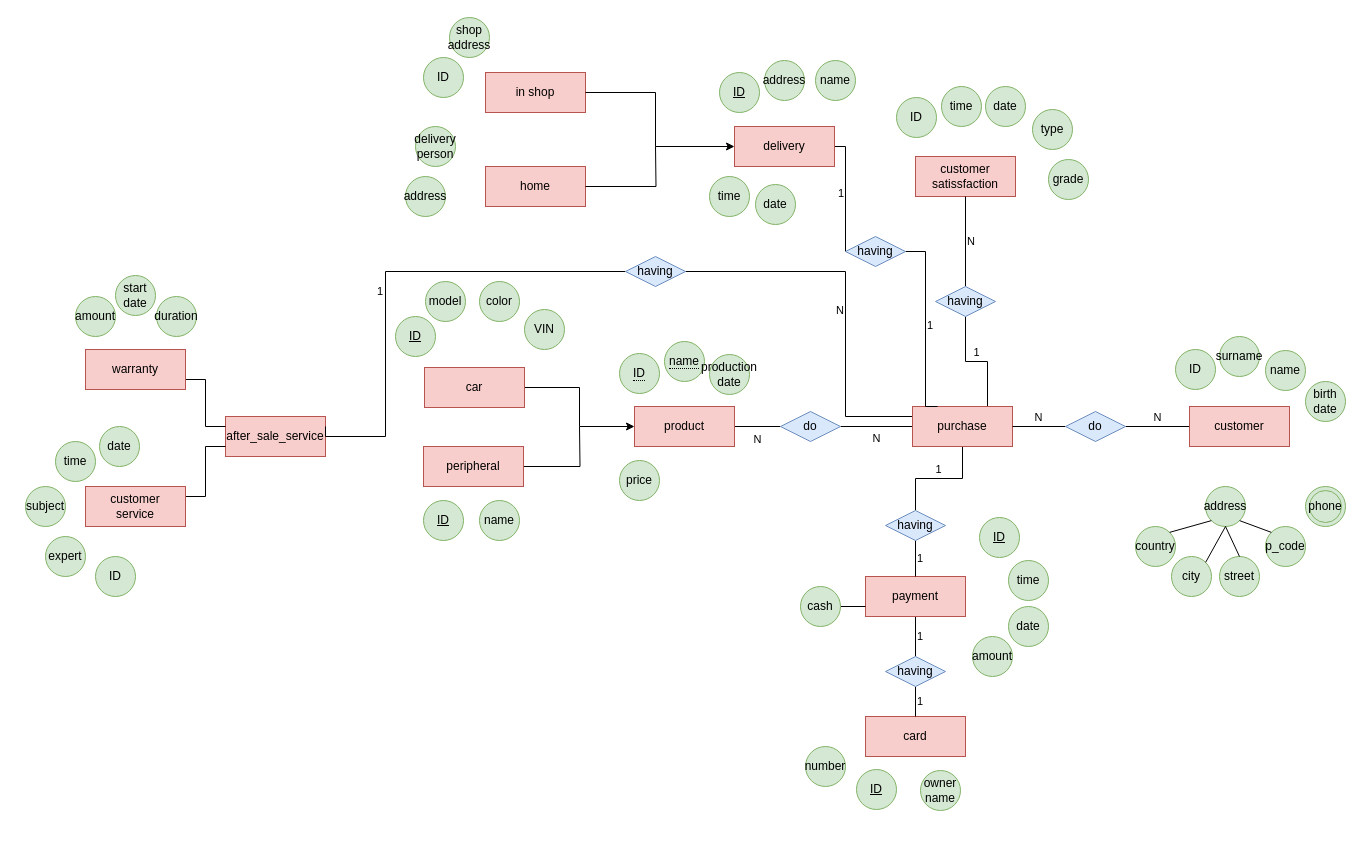
Earlier version of the draw.io diagram car_manufacturing1.drawio (mohsenshahii/database). Source tidied: cells renumbered, new cells numbered last; positions are measured from the earlier drawing's top-left corner, leaving out a move shared by most shapes. Both pictures are drawn from the tidied source at 100%, with x=0, y=0 at pixel (25, 17).
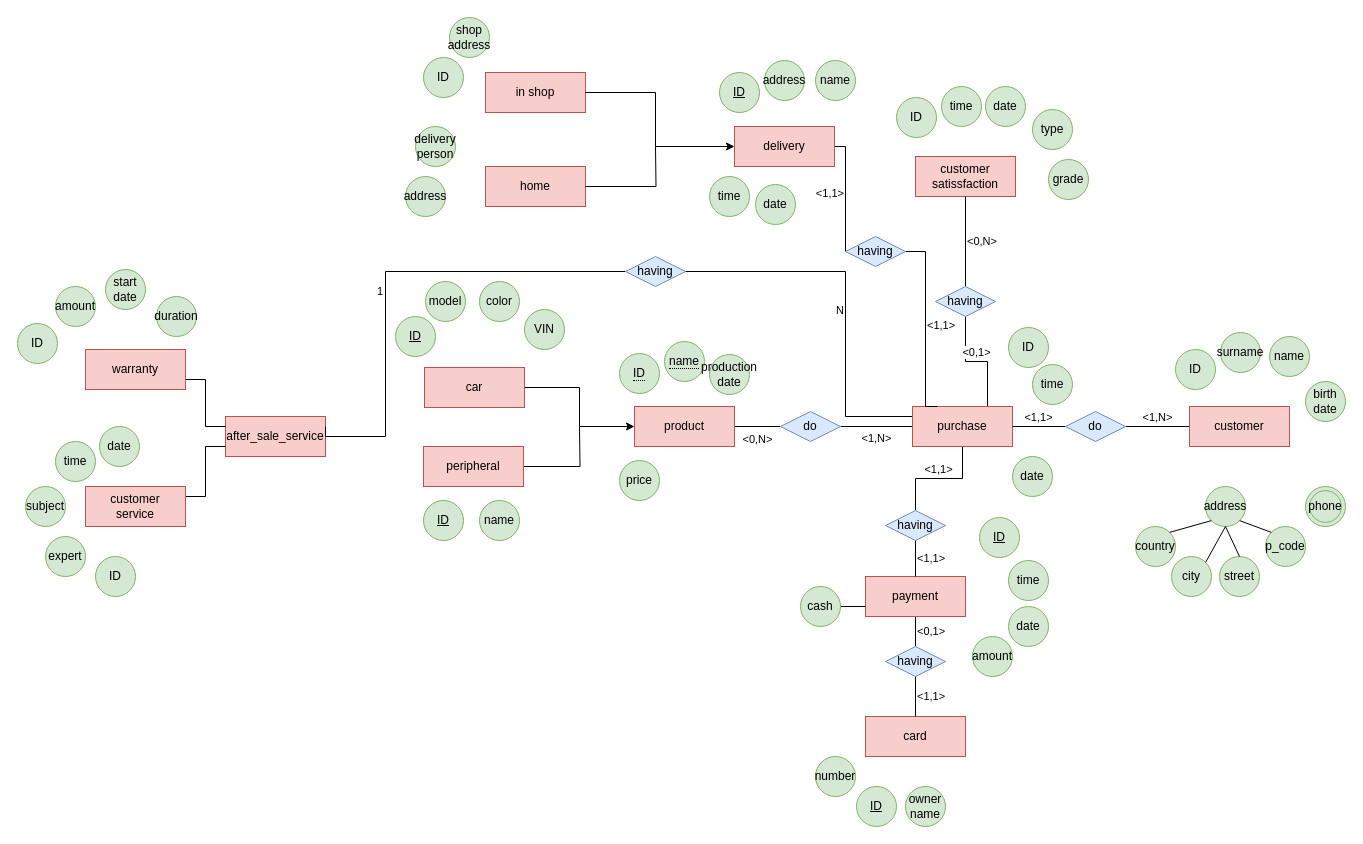
The same page after the edit.

Unchanged cells that the change refers to:
```xml
<mxCell id="3" value="customer" style="whiteSpace=wrap;html=1;align=center;rounded=0;sketch=0;fillColor=#f8cecc;strokeColor=#b85450;" parent="1" vertex="1">
  <mxGeometry x="1164" y="389" width="100" height="40" as="geometry" />
</mxCell>
<mxCell id="8" value="product" style="whiteSpace=wrap;html=1;align=center;rounded=0;sketch=0;fillColor=#f8cecc;strokeColor=#b85450;" parent="1" vertex="1">
  <mxGeometry x="609" y="389" width="100" height="40" as="geometry" />
</mxCell>
<mxCell id="16" value="purchase" style="whiteSpace=wrap;html=1;align=center;rounded=0;sketch=0;fillColor=#f8cecc;strokeColor=#b85450;" parent="1" vertex="1">
  <mxGeometry x="887" y="389" width="100" height="40" as="geometry" />
</mxCell>
<mxCell id="18" value="do" style="shape=rhombus;perimeter=rhombusPerimeter;whiteSpace=wrap;html=1;align=center;rounded=0;sketch=0;fillColor=#dae8fc;strokeColor=#6c8ebf;" parent="1" vertex="1">
  <mxGeometry x="1040" y="394" width="60" height="30" as="geometry" />
</mxCell>
<mxCell id="19" value="do" style="shape=rhombus;perimeter=rhombusPerimeter;whiteSpace=wrap;html=1;align=center;rounded=0;sketch=0;fillColor=#dae8fc;strokeColor=#6c8ebf;" parent="1" vertex="1">
  <mxGeometry x="755" y="394" width="60" height="30" as="geometry" />
</mxCell>
<mxCell id="21" value="payment" style="whiteSpace=wrap;html=1;align=center;rounded=0;sketch=0;fillColor=#f8cecc;strokeColor=#b85450;" parent="1" vertex="1">
  <mxGeometry x="840" y="559" width="100" height="40" as="geometry" />
</mxCell>
<mxCell id="23" value="having" style="shape=rhombus;perimeter=rhombusPerimeter;whiteSpace=wrap;html=1;align=center;rounded=0;sketch=0;fillColor=#dae8fc;strokeColor=#6c8ebf;" parent="1" vertex="1">
  <mxGeometry x="860" y="493" width="60" height="30" as="geometry" />
</mxCell>
<mxCell id="27" value="card" style="whiteSpace=wrap;html=1;align=center;rounded=0;sketch=0;fillColor=#f8cecc;strokeColor=#b85450;" parent="1" vertex="1">
  <mxGeometry x="840" y="699" width="100" height="40" as="geometry" />
</mxCell>
<mxCell id="44" value="customer&lt;br&gt;satissfaction" style="whiteSpace=wrap;html=1;align=center;rounded=0;sketch=0;fillColor=#f8cecc;strokeColor=#b85450;" parent="1" vertex="1">
  <mxGeometry x="890" y="139" width="100" height="40" as="geometry" />
</mxCell>
<mxCell id="48" value="having" style="shape=rhombus;perimeter=rhombusPerimeter;whiteSpace=wrap;html=1;align=center;rounded=0;sketch=0;fillColor=#dae8fc;strokeColor=#6c8ebf;" parent="1" vertex="1">
  <mxGeometry x="910" y="269" width="60" height="30" as="geometry" />
</mxCell>
<mxCell id="58" value="delivery" style="whiteSpace=wrap;html=1;align=center;rounded=0;sketch=0;fillColor=#f8cecc;strokeColor=#b85450;" parent="1" vertex="1">
  <mxGeometry x="709" y="109" width="100" height="40" as="geometry" />
</mxCell>
<mxCell id="77" value="having" style="shape=rhombus;perimeter=rhombusPerimeter;whiteSpace=wrap;html=1;align=center;rounded=0;sketch=0;fillColor=#dae8fc;strokeColor=#6c8ebf;" parent="1" vertex="1">
  <mxGeometry x="820" y="219" width="60" height="30" as="geometry" />
</mxCell>
```

The edit, as a diff of the source:
```diff
@@
-    <mxCell id="2" value="N" style="edgeStyle=orthogonalEdgeStyle;rounded=0;sketch=0;jettySize=auto;exitX=0;exitY=0.5;exitDx=0;exitDy=0;entryX=1;entryY=0.5;entryDx=0;entryDy=0;endArrow=none;endFill=0;html=1;verticalAlign=bottom;" parent="1" edge="1" source="3" target="18">
+    <mxCell id="2" value="&amp;lt;1,N&amp;gt;" style="edgeStyle=orthogonalEdgeStyle;rounded=0;sketch=0;jettySize=auto;exitX=0;exitY=0.5;exitDx=0;exitDy=0;entryX=1;entryY=0.5;entryDx=0;entryDy=0;endArrow=none;endFill=0;html=1;verticalAlign=bottom;" parent="1" edge="1" source="3" target="18">
       <mxGeometry relative="1" as="geometry" />
     </mxCell>
@@
     <mxCell id="5" value="surname" style="ellipse;whiteSpace=wrap;html=1;align=center;rounded=0;sketch=0;fillColor=#d5e8d4;strokeColor=#82b366;" parent="1" vertex="1">
-      <mxGeometry x="1194" y="319" width="40" height="40" as="geometry" />
+      <mxGeometry x="1195" y="315" width="40" height="40" as="geometry" />
     </mxCell>
     <mxCell id="6" value="name" style="ellipse;whiteSpace=wrap;html=1;align=center;rounded=0;sketch=0;fillColor=#d5e8d4;strokeColor=#82b366;fontStyle=0;" parent="1" vertex="1">
-      <mxGeometry x="1240" y="333" width="40" height="40" as="geometry" />
+      <mxGeometry x="1244" y="319" width="40" height="40" as="geometry" />
     </mxCell>
-    <mxCell id="7" value="N" style="edgeStyle=orthogonalEdgeStyle;rounded=0;sketch=0;jettySize=auto;html=1;exitX=1;exitY=0.5;exitDx=0;exitDy=0;entryX=0;entryY=0.5;entryDx=0;entryDy=0;endArrow=none;endFill=0;verticalAlign=top;" parent="1" edge="1" source="8" target="19">
+    <mxCell id="7" value="&amp;lt;0,N&amp;gt;" style="edgeStyle=orthogonalEdgeStyle;rounded=0;sketch=0;jettySize=auto;html=1;exitX=1;exitY=0.5;exitDx=0;exitDy=0;entryX=0;entryY=0.5;entryDx=0;entryDy=0;endArrow=none;endFill=0;verticalAlign=top;" parent="1" edge="1" source="8" target="19">
       <mxGeometry relative="1" as="geometry" />
     </mxCell>
@@
-    <mxCell id="12" value="N" style="edgeStyle=orthogonalEdgeStyle;rounded=0;sketch=0;jettySize=auto;html=1;exitX=0;exitY=0.5;exitDx=0;exitDy=0;entryX=1;entryY=0.5;entryDx=0;entryDy=0;endArrow=none;endFill=0;verticalAlign=top;spacing=1;" parent="1" edge="1" source="16" target="19">
+    <mxCell id="12" value="&amp;lt;1,N&amp;gt;" style="edgeStyle=orthogonalEdgeStyle;rounded=0;sketch=0;jettySize=auto;html=1;exitX=0;exitY=0.5;exitDx=0;exitDy=0;entryX=1;entryY=0.5;entryDx=0;entryDy=0;endArrow=none;endFill=0;verticalAlign=top;spacing=1;" parent="1" edge="1" source="16" target="19">
       <mxGeometry relative="1" as="geometry" />
     </mxCell>
-    <mxCell id="13" value="1" style="edgeStyle=orthogonalEdgeStyle;rounded=0;sketch=0;jettySize=auto;html=1;exitX=0.5;exitY=1;exitDx=0;exitDy=0;endArrow=none;endFill=0;entryX=0.5;entryY=0;entryDx=0;entryDy=0;verticalAlign=bottom;" parent="1" edge="1" source="16" target="23">
+    <mxCell id="13" value="&amp;lt;1,1&amp;gt;" style="edgeStyle=orthogonalEdgeStyle;rounded=0;sketch=0;jettySize=auto;html=1;exitX=0.5;exitY=1;exitDx=0;exitDy=0;endArrow=none;endFill=0;entryX=0.5;entryY=0;entryDx=0;entryDy=0;verticalAlign=bottom;" parent="1" edge="1" source="16" target="23">
       <mxGeometry relative="1" as="geometry" />
     </mxCell>
@@
-    <mxCell id="15" value="1" style="edgeStyle=orthogonalEdgeStyle;rounded=0;sketch=0;jettySize=auto;html=1;exitX=0.75;exitY=0;exitDx=0;exitDy=0;entryX=0.5;entryY=1;entryDx=0;entryDy=0;endArrow=none;endFill=0;verticalAlign=bottom;" parent="1" edge="1" source="16" target="48">
+    <mxCell id="15" value="&amp;lt;0,1&amp;gt;" style="edgeStyle=orthogonalEdgeStyle;rounded=0;sketch=0;jettySize=auto;html=1;exitX=0.75;exitY=0;exitDx=0;exitDy=0;entryX=0.5;entryY=1;entryDx=0;entryDy=0;endArrow=none;endFill=0;verticalAlign=bottom;labelPosition=center;verticalLabelPosition=top;align=center;" parent="1" edge="1" source="16" target="48">
       <mxGeometry relative="1" as="geometry" />
     </mxCell>
@@
-    <mxCell id="17" value="N" style="edgeStyle=orthogonalEdgeStyle;rounded=0;sketch=0;jettySize=auto;html=1;exitX=0;exitY=0.5;exitDx=0;exitDy=0;entryX=1;entryY=0.5;entryDx=0;entryDy=0;endArrow=none;endFill=0;verticalAlign=bottom;" parent="1" edge="1" source="18" target="16">
+    <mxCell id="17" value="&amp;lt;1,1&amp;gt;" style="edgeStyle=orthogonalEdgeStyle;rounded=0;sketch=0;jettySize=auto;html=1;exitX=0;exitY=0.5;exitDx=0;exitDy=0;entryX=1;entryY=0.5;entryDx=0;entryDy=0;endArrow=none;endFill=0;verticalAlign=bottom;" parent="1" edge="1" source="18" target="16">
       <mxGeometry relative="1" as="geometry" />
     </mxCell>
@@
-    <mxCell id="20" value="1" style="edgeStyle=orthogonalEdgeStyle;rounded=0;sketch=0;jettySize=auto;html=1;exitX=0.5;exitY=1;exitDx=0;exitDy=0;entryX=0.5;entryY=0;entryDx=0;entryDy=0;endArrow=none;endFill=0;labelPosition=right;verticalLabelPosition=middle;align=left;verticalAlign=middle;" parent="1" edge="1" source="21" target="29">
+    <mxCell id="20" value="&amp;lt;0,1&amp;gt;" style="edgeStyle=orthogonalEdgeStyle;rounded=0;sketch=0;jettySize=auto;html=1;exitX=0.5;exitY=1;exitDx=0;exitDy=0;entryX=0.5;entryY=0;entryDx=0;entryDy=0;endArrow=none;endFill=0;labelPosition=right;verticalLabelPosition=middle;align=left;verticalAlign=middle;" parent="1" edge="1" source="21" target="29">
       <mxGeometry relative="1" as="geometry" />
     </mxCell>
@@
-    <mxCell id="22" value="1" style="edgeStyle=orthogonalEdgeStyle;rounded=0;sketch=0;jettySize=auto;html=1;exitX=0.5;exitY=1;exitDx=0;exitDy=0;entryX=0.5;entryY=0;entryDx=0;entryDy=0;endArrow=none;endFill=0;labelPosition=right;verticalLabelPosition=middle;align=left;verticalAlign=middle;" parent="1" edge="1" source="23" target="21">
+    <mxCell id="22" value="&amp;lt;1,1&amp;gt;" style="edgeStyle=orthogonalEdgeStyle;rounded=0;sketch=0;jettySize=auto;html=1;exitX=0.5;exitY=1;exitDx=0;exitDy=0;entryX=0.5;entryY=0;entryDx=0;entryDy=0;endArrow=none;endFill=0;labelPosition=right;verticalLabelPosition=middle;align=left;verticalAlign=middle;" parent="1" edge="1" source="23" target="21">
       <mxGeometry relative="1" as="geometry" />
     </mxCell>
@@
-    <mxCell id="28" value="1" style="edgeStyle=orthogonalEdgeStyle;rounded=0;sketch=0;jettySize=auto;html=1;exitX=0.5;exitY=1;exitDx=0;exitDy=0;entryX=0.5;entryY=0;entryDx=0;entryDy=0;endArrow=none;endFill=0;labelPosition=right;verticalLabelPosition=middle;align=left;verticalAlign=middle;" parent="1" edge="1" source="29" target="27">
+    <mxCell id="28" value="&amp;lt;1,1&amp;gt;" style="edgeStyle=orthogonalEdgeStyle;rounded=0;sketch=0;jettySize=auto;html=1;exitX=0.5;exitY=1;exitDx=0;exitDy=0;entryX=0.5;entryY=0;entryDx=0;entryDy=0;endArrow=none;endFill=0;labelPosition=right;verticalLabelPosition=middle;align=left;verticalAlign=middle;" parent="1" edge="1" source="29" target="27">
       <mxGeometry relative="1" as="geometry" />
     </mxCell>
     <mxCell id="29" value="having" style="shape=rhombus;perimeter=rhombusPerimeter;whiteSpace=wrap;html=1;align=center;rounded=0;sketch=0;fillColor=#dae8fc;strokeColor=#6c8ebf;" parent="1" vertex="1">
-      <mxGeometry x="860" y="639" width="60" height="30" as="geometry" />
+      <mxGeometry x="860" y="629" width="60" height="30" as="geometry" />
     </mxCell>
     <mxCell id="30" value="ID" style="ellipse;whiteSpace=wrap;html=1;align=center;rounded=0;sketch=0;fillColor=#d5e8d4;strokeColor=#82b366;fontStyle=4;" parent="1" vertex="1">
-      <mxGeometry x="831" y="752" width="40" height="40" as="geometry" />
+      <mxGeometry x="831" y="769" width="40" height="40" as="geometry" />
     </mxCell>
     <mxCell id="31" value="owner&lt;br&gt;name" style="ellipse;whiteSpace=wrap;html=1;align=center;rounded=0;sketch=0;fillColor=#d5e8d4;strokeColor=#82b366;" parent="1" vertex="1">
-      <mxGeometry x="895" y="753" width="40" height="40" as="geometry" />
+      <mxGeometry x="880" y="769" width="40" height="40" as="geometry" />
     </mxCell>
@@
-    <mxCell id="47" value="N" style="edgeStyle=orthogonalEdgeStyle;rounded=0;sketch=0;jettySize=auto;html=1;exitX=0.5;exitY=0;exitDx=0;exitDy=0;entryX=0.5;entryY=1;entryDx=0;entryDy=0;endArrow=none;endFill=0;labelPosition=right;verticalLabelPosition=middle;align=left;verticalAlign=middle;" parent="1" edge="1" source="48" target="44">
+    <mxCell id="47" value="&amp;lt;0,N&amp;gt;" style="edgeStyle=orthogonalEdgeStyle;rounded=0;sketch=0;jettySize=auto;html=1;exitX=0.5;exitY=0;exitDx=0;exitDy=0;entryX=0.5;entryY=1;entryDx=0;entryDy=0;endArrow=none;endFill=0;labelPosition=right;verticalLabelPosition=middle;align=left;verticalAlign=middle;" parent="1" edge="1" source="48" target="44">
       <mxGeometry relative="1" as="geometry" />
     </mxCell>
@@
     <mxCell id="55" value="amount" style="ellipse;whiteSpace=wrap;html=1;align=center;rounded=0;sketch=0;fillColor=#d5e8d4;strokeColor=#82b366;" parent="1" vertex="1">
-      <mxGeometry x="50" y="279" width="40" height="40" as="geometry" />
+      <mxGeometry x="30" y="269" width="40" height="40" as="geometry" />
     </mxCell>
@@
-    <mxCell id="57" value="1" style="edgeStyle=orthogonalEdgeStyle;rounded=0;sketch=0;jettySize=auto;html=1;exitX=1;exitY=0.5;exitDx=0;exitDy=0;entryX=0;entryY=0.5;entryDx=0;entryDy=0;endArrow=none;endFill=0;strokeColor=#000000;labelPosition=left;verticalLabelPosition=middle;align=right;verticalAlign=middle;" parent="1" edge="1" source="58" target="77">
+    <mxCell id="57" value="&amp;lt;1,1&amp;gt;" style="edgeStyle=orthogonalEdgeStyle;rounded=0;sketch=0;jettySize=auto;html=1;exitX=1;exitY=0.5;exitDx=0;exitDy=0;entryX=0;entryY=0.5;entryDx=0;entryDy=0;endArrow=none;endFill=0;strokeColor=#000000;labelPosition=left;verticalLabelPosition=middle;align=right;verticalAlign=middle;" parent="1" edge="1" source="58" target="77">
       <mxGeometry relative="1" as="geometry">
         <Array as="points">
           <mxPoint x="820" y="129" />
         </Array>
       </mxGeometry>
     </mxCell>
@@
     <mxCell id="64" value="start&lt;br&gt;date" style="ellipse;whiteSpace=wrap;html=1;align=center;rounded=0;sketch=0;fillColor=#d5e8d4;strokeColor=#82b366;" parent="1" vertex="1">
-      <mxGeometry x="90" y="258" width="40" height="40" as="geometry" />
+      <mxGeometry x="80" y="252" width="40" height="40" as="geometry" />
     </mxCell>
@@
-    <mxCell id="76" value="1" style="edgeStyle=orthogonalEdgeStyle;rounded=0;sketch=0;jettySize=auto;html=1;exitX=1;exitY=0.5;exitDx=0;exitDy=0;entryX=0.25;entryY=0;entryDx=0;entryDy=0;endArrow=none;endFill=0;strokeColor=#000000;verticalAlign=middle;labelPosition=right;verticalLabelPosition=middle;align=left;" parent="1" edge="1" source="77" target="16">
+    <mxCell id="76" value="&amp;lt;1,1&amp;gt;" style="edgeStyle=orthogonalEdgeStyle;rounded=0;sketch=0;jettySize=auto;html=1;exitX=1;exitY=0.5;exitDx=0;exitDy=0;entryX=0.25;entryY=0;entryDx=0;entryDy=0;endArrow=none;endFill=0;strokeColor=#000000;verticalAlign=middle;labelPosition=right;verticalLabelPosition=middle;align=left;" parent="1" edge="1" source="77" target="16">
       <mxGeometry relative="1" as="geometry">
         <Array as="points">
           <mxPoint x="900" y="234" />
           <mxPoint x="900" y="389" />
         </Array>
       </mxGeometry>
     </mxCell>
@@
     <mxCell id="97" value="number" style="ellipse;whiteSpace=wrap;html=1;align=center;rounded=0;sketch=0;fillColor=#d5e8d4;strokeColor=#82b366;" parent="1" vertex="1">
-      <mxGeometry x="780" y="729" width="40" height="40" as="geometry" />
+      <mxGeometry x="790" y="739" width="40" height="40" as="geometry" />
     </mxCell>
+    <mxCell id="98" value="ID" style="ellipse;whiteSpace=wrap;html=1;align=center;rounded=0;sketch=0;fillColor=#d5e8d4;strokeColor=#82b366;" parent="1" vertex="1">
+      <mxGeometry x="983" y="310" width="40" height="40" as="geometry" />
+    </mxCell>
+    <mxCell id="99" value="time" style="ellipse;whiteSpace=wrap;html=1;align=center;rounded=0;sketch=0;fillColor=#d5e8d4;strokeColor=#82b366;" parent="1" vertex="1">
+      <mxGeometry x="1007" y="347" width="40" height="40" as="geometry" />
+    </mxCell>
+    <mxCell id="100" value="date" style="ellipse;whiteSpace=wrap;html=1;align=center;rounded=0;sketch=0;fillColor=#d5e8d4;strokeColor=#82b366;" parent="1" vertex="1">
+      <mxGeometry x="987" y="439" width="40" height="40" as="geometry" />
+    </mxCell>
+    <mxCell id="101" value="ID" style="ellipse;whiteSpace=wrap;html=1;align=center;rounded=0;sketch=0;fillColor=#d5e8d4;strokeColor=#82b366;" parent="1" vertex="1">
+      <mxGeometry x="-8" y="306" width="40" height="40" as="geometry" />
+    </mxCell>
```
